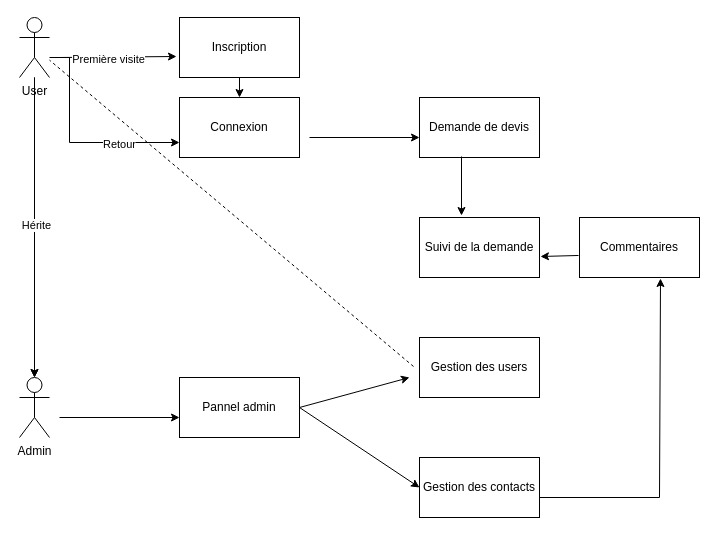
The draw.io diagram page "Page-2" (2 of 2) of Diagramme sans nom.drawio in Paul-FranckDencausse/VUF, before the edit. Source tidied: cells renumbered, new cells numbered last; positions are measured from the earlier drawing's top-left corner, leaving out a move shared by most shapes. Both pictures are drawn from the tidied source at 100%, with x=0, y=0 at pixel (19, 17).
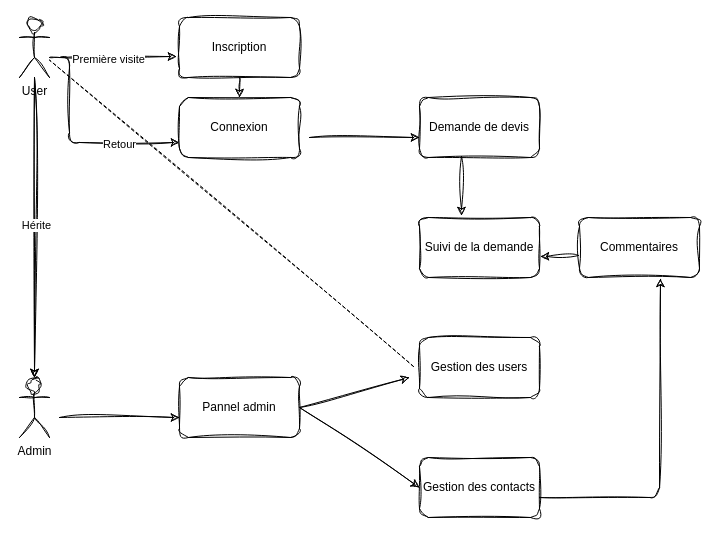
The same page after the edit.

Commit message:
Mettre à jour Diagramme sans nom.drawio

Diff of the diagram source:
```diff
@@
-    <mxCell id="2" style="edgeStyle=orthogonalEdgeStyle;rounded=0;jettySize=auto;html=1;" parent="1" edge="1" source="7" target="8">
+    <mxCell id="2" style="edgeStyle=orthogonalEdgeStyle;rounded=1;jettySize=auto;html=1;sketch=1;curveFitting=1;jiggle=2;" parent="1" edge="1" source="7" target="8">
       <mxGeometry relative="1" as="geometry" />
     </mxCell>
-    <mxCell id="3" style="edgeStyle=orthogonalEdgeStyle;rounded=0;jettySize=auto;html=1;" parent="1" edge="1" source="7" target="8">
+    <mxCell id="3" style="edgeStyle=orthogonalEdgeStyle;rounded=1;jettySize=auto;html=1;sketch=1;curveFitting=1;jiggle=2;" parent="1" edge="1" source="7" target="8">
       <mxGeometry relative="1" as="geometry" />
     </mxCell>
-    <mxCell id="4" value="Hérite" style="edgeLabel;html=1;align=center;verticalAlign=middle;" parent="3" vertex="1">
+    <mxCell id="4" value="Hérite" style="edgeLabel;html=1;align=center;verticalAlign=middle;sketch=1;curveFitting=1;jiggle=2;rounded=1;" parent="3" vertex="1">
       <mxGeometry x="-0.02" y="1" relative="1" as="geometry" />
     </mxCell>
-    <mxCell id="5" style="edgeStyle=orthogonalEdgeStyle;rounded=0;jettySize=auto;html=1;entryX=0;entryY=0.75;entryDx=0;entryDy=0;" parent="1" edge="1" source="7" target="12">
+    <mxCell id="5" style="edgeStyle=orthogonalEdgeStyle;rounded=1;jettySize=auto;html=1;entryX=0;entryY=0.75;entryDx=0;entryDy=0;sketch=1;curveFitting=1;jiggle=2;" parent="1" edge="1" source="7" target="12">
       <mxGeometry relative="1" as="geometry">
         <Array as="points">
           <mxPoint x="50" y="40" />
           <mxPoint x="50" y="125" />
         </Array>
       </mxGeometry>
     </mxCell>
-    <mxCell id="6" value="Retour" style="edgeLabel;html=1;align=center;verticalAlign=middle;" parent="5" vertex="1">
+    <mxCell id="6" value="Retour" style="edgeLabel;html=1;align=center;verticalAlign=middle;sketch=1;curveFitting=1;jiggle=2;rounded=1;" parent="5" vertex="1">
       <mxGeometry x="0.43" y="-1" relative="1" as="geometry" />
     </mxCell>
-    <mxCell id="7" value="User" style="shape=umlActor;verticalLabelPosition=bottom;verticalAlign=top;html=1;outlineConnect=0;" parent="1" vertex="1">
+    <mxCell id="7" value="User" style="shape=umlActor;verticalLabelPosition=bottom;verticalAlign=top;html=1;outlineConnect=0;sketch=1;curveFitting=1;jiggle=2;rounded=1;" parent="1" vertex="1">
       <mxGeometry width="30" height="60" as="geometry" />
     </mxCell>
-    <mxCell id="8" value="Admin" style="shape=umlActor;verticalLabelPosition=bottom;verticalAlign=top;html=1;outlineConnect=0;" parent="1" vertex="1">
+    <mxCell id="8" value="Admin" style="shape=umlActor;verticalLabelPosition=bottom;verticalAlign=top;html=1;outlineConnect=0;sketch=1;curveFitting=1;jiggle=2;rounded=1;" parent="1" vertex="1">
       <mxGeometry y="360" width="30" height="60" as="geometry" />
     </mxCell>
-    <mxCell id="9" value="Inscription" style="rounded=0;whiteSpace=wrap;html=1;" parent="1" vertex="1">
+    <mxCell id="9" value="Inscription" style="rounded=1;whiteSpace=wrap;html=1;sketch=1;curveFitting=1;jiggle=2;" parent="1" vertex="1">
       <mxGeometry x="160" width="120" height="60" as="geometry" />
     </mxCell>
-    <mxCell id="10" style="endArrow=classic;html=1;rounded=0;entryX=-0.025;entryY=0.65;entryDx=0;entryDy=0;entryPerimeter=0;" parent="1" edge="1" target="9">
+    <mxCell id="10" style="endArrow=classic;html=1;rounded=1;entryX=-0.025;entryY=0.65;entryDx=0;entryDy=0;entryPerimeter=0;sketch=1;curveFitting=1;jiggle=2;" parent="1" edge="1" target="9">
       <mxGeometry relative="1" as="geometry">
         <mxPoint x="40" y="40" as="sourcePoint" />
       </mxGeometry>
     </mxCell>
-    <mxCell id="11" value="Première visite" style="edgeLabel;html=1;align=center;verticalAlign=middle;" parent="10" vertex="1">
+    <mxCell id="11" value="Première visite" style="edgeLabel;html=1;align=center;verticalAlign=middle;sketch=1;curveFitting=1;jiggle=2;rounded=1;" parent="10" vertex="1">
       <mxGeometry x="-0.18" y="-2" relative="1" as="geometry" />
     </mxCell>
-    <mxCell id="12" value="Connexion" style="rounded=0;whiteSpace=wrap;html=1;" parent="1" vertex="1">
+    <mxCell id="12" value="Connexion" style="rounded=1;whiteSpace=wrap;html=1;sketch=1;curveFitting=1;jiggle=2;" parent="1" vertex="1">
       <mxGeometry x="160" y="80" width="120" height="60" as="geometry" />
     </mxCell>
-    <mxCell id="13" style="endArrow=classic;html=1;rounded=0;exitX=0.5;exitY=1;exitDx=0;exitDy=0;entryX=0.5;entryY=0;entryDx=0;entryDy=0;" parent="1" edge="1" source="9" target="12">
+    <mxCell id="13" style="endArrow=classic;html=1;rounded=1;exitX=0.5;exitY=1;exitDx=0;exitDy=0;entryX=0.5;entryY=0;entryDx=0;entryDy=0;sketch=1;curveFitting=1;jiggle=2;" parent="1" edge="1" source="9" target="12">
       <mxGeometry relative="1" as="geometry" />
     </mxCell>
-    <mxCell id="14" style="endArrow=classic;html=1;rounded=0;" parent="1" edge="1">
+    <mxCell id="14" style="endArrow=classic;html=1;rounded=1;sketch=1;curveFitting=1;jiggle=2;" parent="1" edge="1">
       <mxGeometry relative="1" as="geometry">
         <mxPoint x="290" y="120" as="sourcePoint" />
         <mxPoint x="400" y="120" as="targetPoint" />
       </mxGeometry>
     </mxCell>
-    <mxCell id="15" value="Demande de devis" style="rounded=0;whiteSpace=wrap;html=1;" parent="1" vertex="1">
+    <mxCell id="15" value="Demande de devis" style="rounded=1;whiteSpace=wrap;html=1;sketch=1;curveFitting=1;jiggle=2;" parent="1" vertex="1">
       <mxGeometry x="400" y="80" width="120" height="60" as="geometry" />
     </mxCell>
-    <mxCell id="16" value="Suivi de la demande" style="rounded=0;whiteSpace=wrap;html=1;" parent="1" vertex="1">
+    <mxCell id="16" value="Suivi de la demande" style="rounded=1;whiteSpace=wrap;html=1;sketch=1;curveFitting=1;jiggle=2;" parent="1" vertex="1">
       <mxGeometry x="400" y="200" width="120" height="60" as="geometry" />
     </mxCell>
-    <mxCell id="17" style="endArrow=classic;html=1;rounded=0;entryX=0.35;entryY=-0.033;entryDx=0;entryDy=0;entryPerimeter=0;exitX=0.35;exitY=0.983;exitDx=0;exitDy=0;exitPerimeter=0;" parent="1" edge="1" source="15" target="16">
+    <mxCell id="17" style="endArrow=classic;html=1;rounded=1;entryX=0.35;entryY=-0.033;entryDx=0;entryDy=0;entryPerimeter=0;exitX=0.35;exitY=0.983;exitDx=0;exitDy=0;exitPerimeter=0;sketch=1;curveFitting=1;jiggle=2;" parent="1" edge="1" source="15" target="16">
       <mxGeometry relative="1" as="geometry" />
     </mxCell>
-    <mxCell id="18" style="endArrow=classic;html=1;rounded=0;" parent="1" edge="1">
+    <mxCell id="18" style="endArrow=classic;html=1;rounded=1;sketch=1;curveFitting=1;jiggle=2;" parent="1" edge="1">
       <mxGeometry relative="1" as="geometry">
         <mxPoint x="40" y="400" as="sourcePoint" />
         <mxPoint x="160" y="400" as="targetPoint" />
       </mxGeometry>
     </mxCell>
-    <mxCell id="19" value="Pannel admin" style="rounded=0;whiteSpace=wrap;html=1;" parent="1" vertex="1">
+    <mxCell id="19" value="Pannel admin" style="rounded=1;whiteSpace=wrap;html=1;sketch=1;curveFitting=1;jiggle=2;" parent="1" vertex="1">
       <mxGeometry x="160" y="360" width="120" height="60" as="geometry" />
     </mxCell>
-    <mxCell id="20" value="Gestion des users" style="rounded=0;whiteSpace=wrap;html=1;" parent="1" vertex="1">
+    <mxCell id="20" value="Gestion des users" style="rounded=1;whiteSpace=wrap;html=1;sketch=1;curveFitting=1;jiggle=2;" parent="1" vertex="1">
       <mxGeometry x="400" y="320" width="120" height="60" as="geometry" />
     </mxCell>
-    <mxCell id="21" value="Gestion des contacts" style="rounded=0;whiteSpace=wrap;html=1;" parent="1" vertex="1">
+    <mxCell id="21" value="Gestion des contacts" style="rounded=1;whiteSpace=wrap;html=1;sketch=1;curveFitting=1;jiggle=2;" parent="1" vertex="1">
       <mxGeometry x="400" y="440" width="120" height="60" as="geometry" />
     </mxCell>
-    <mxCell id="22" style="endArrow=classic;html=1;rounded=0;exitX=1;exitY=0.5;exitDx=0;exitDy=0;" parent="1" edge="1" source="19">
+    <mxCell id="22" style="endArrow=classic;html=1;rounded=1;exitX=1;exitY=0.5;exitDx=0;exitDy=0;sketch=1;curveFitting=1;jiggle=2;" parent="1" edge="1" source="19">
       <mxGeometry relative="1" as="geometry">
         <mxPoint x="390" y="360" as="targetPoint" />
       </mxGeometry>
     </mxCell>
-    <mxCell id="23" style="endArrow=classic;html=1;rounded=0;exitX=1;exitY=0.5;exitDx=0;exitDy=0;entryX=0;entryY=0.5;entryDx=0;entryDy=0;" parent="1" edge="1" source="19" target="21">
+    <mxCell id="23" style="endArrow=classic;html=1;rounded=1;exitX=1;exitY=0.5;exitDx=0;exitDy=0;entryX=0;entryY=0.5;entryDx=0;entryDy=0;sketch=1;curveFitting=1;jiggle=2;" parent="1" edge="1" source="19" target="21">
       <mxGeometry relative="1" as="geometry" />
     </mxCell>
-    <mxCell id="24" style="endArrow=none;dashed=1;html=1;rounded=0;exitX=-0.05;exitY=0.483;exitDx=0;exitDy=0;exitPerimeter=0;" parent="1" edge="1" source="20" target="7">
+    <mxCell id="24" style="endArrow=none;dashed=1;html=1;rounded=1;exitX=-0.05;exitY=0.483;exitDx=0;exitDy=0;exitPerimeter=0;sketch=1;curveFitting=1;jiggle=2;" parent="1" edge="1" source="20" target="7">
       <mxGeometry relative="1" as="geometry" />
     </mxCell>
-    <mxCell id="25" value="Commentaires" style="rounded=0;whiteSpace=wrap;html=1;" parent="1" vertex="1">
+    <mxCell id="25" value="Commentaires" style="rounded=1;whiteSpace=wrap;html=1;sketch=1;curveFitting=1;jiggle=2;" parent="1" vertex="1">
       <mxGeometry x="560" y="200" width="120" height="60" as="geometry" />
     </mxCell>
-    <mxCell id="26" style="endArrow=classic;html=1;rounded=0;entryX=0.675;entryY=1.017;entryDx=0;entryDy=0;entryPerimeter=0;" parent="1" edge="1" target="25">
+    <mxCell id="26" style="endArrow=classic;html=1;rounded=1;entryX=0.675;entryY=1.017;entryDx=0;entryDy=0;entryPerimeter=0;sketch=1;curveFitting=1;jiggle=2;" parent="1" edge="1" target="25">
       <mxGeometry relative="1" as="geometry">
         <mxPoint x="520" y="480" as="sourcePoint" />
         <Array as="points">
           <mxPoint x="640" y="480" />
         </Array>
       </mxGeometry>
     </mxCell>
-    <mxCell id="27" style="endArrow=classic;html=1;rounded=0;exitX=-0.008;exitY=0.633;exitDx=0;exitDy=0;exitPerimeter=0;entryX=1.008;entryY=0.65;entryDx=0;entryDy=0;entryPerimeter=0;" parent="1" edge="1" source="25" target="16">
+    <mxCell id="27" style="endArrow=classic;html=1;rounded=1;exitX=-0.008;exitY=0.633;exitDx=0;exitDy=0;exitPerimeter=0;entryX=1.008;entryY=0.65;entryDx=0;entryDy=0;entryPerimeter=0;sketch=1;curveFitting=1;jiggle=2;" parent="1" edge="1" source="25" target="16">
       <mxGeometry relative="1" as="geometry" />
     </mxCell>
```
